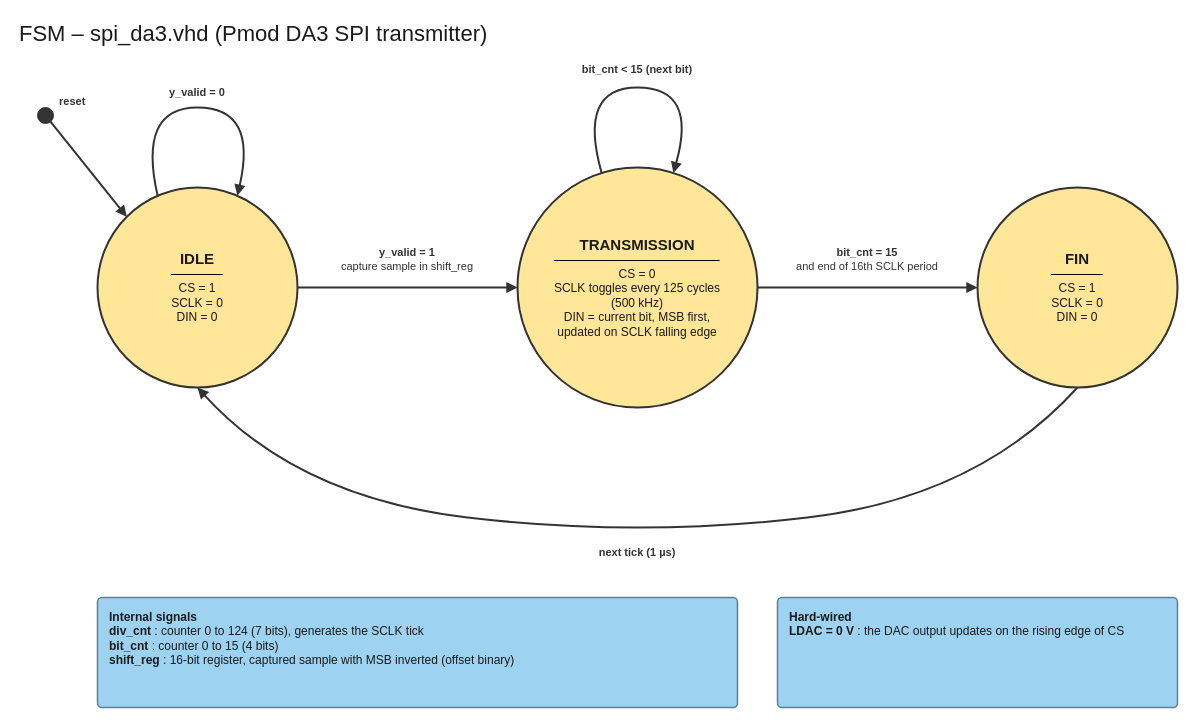
Earlier version of the draw.io diagram docs/img/FSM_spi_da3.drawio (MarcG-Digital-Design/fpga-signal-processing). Source tidied: cells renumbered, new cells numbered last; positions are measured from the earlier drawing's top-left corner, leaving out a move shared by most shapes. Both pictures are drawn from the tidied source at 100%, with x=0, y=0 at pixel (17, 17).
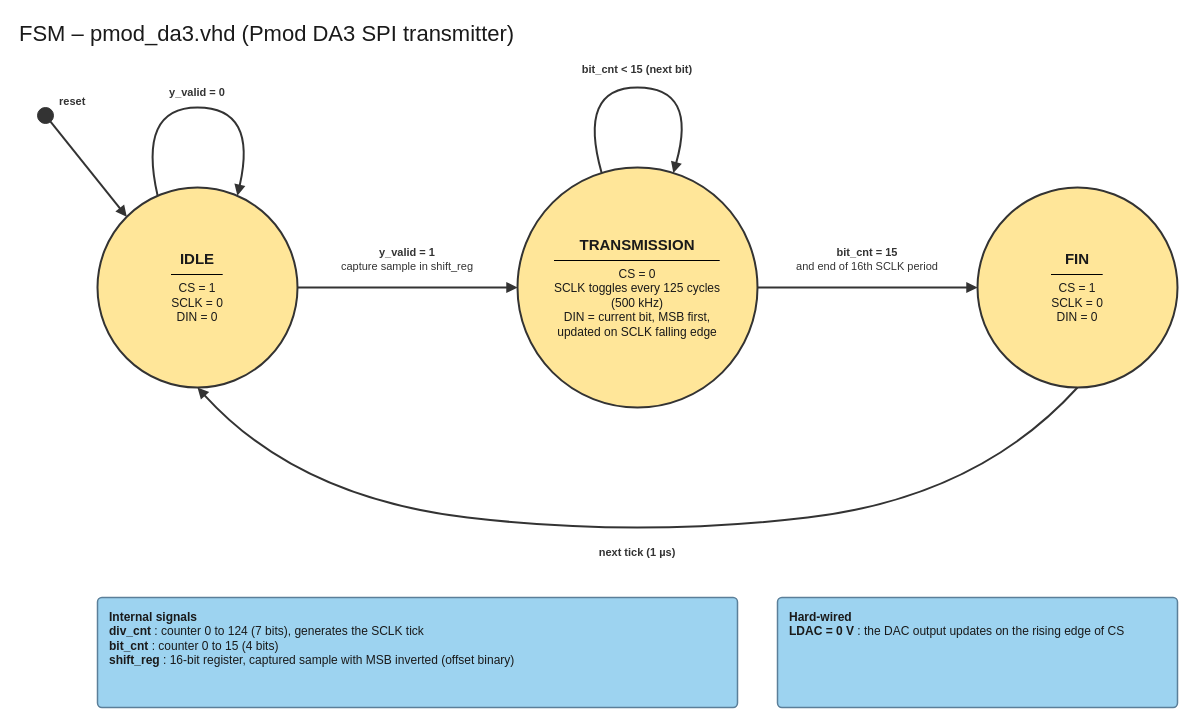
The same page after the edit.

What changed in the source:
```diff
@@
-<mxGraphModel>
+<mxGraphModel background="light-dark(#FFFFFF,#FFFFFF)">
@@
-    <mxCell id="2" value="FSM – spi_da3.vhd (Pmod DA3 SPI transmitter)" style="text;html=1;strokeColor=none;fillColor=none;align=left;verticalAlign=middle;whiteSpace=wrap;fontSize=22;fontStyle=0;fontColor=#1A1A1A;" parent="1" vertex="1">
+    <mxCell id="2" value="FSM – pmod_da3.vhd (Pmod DA3 SPI transmitter)" style="text;html=1;strokeColor=none;fillColor=none;align=left;verticalAlign=middle;whiteSpace=wrap;fontSize=22;fontStyle=0;fontColor=#1A1A1A;" parent="1" vertex="1">
       <mxGeometry width="700" height="34" as="geometry" />
     </mxCell>
```
